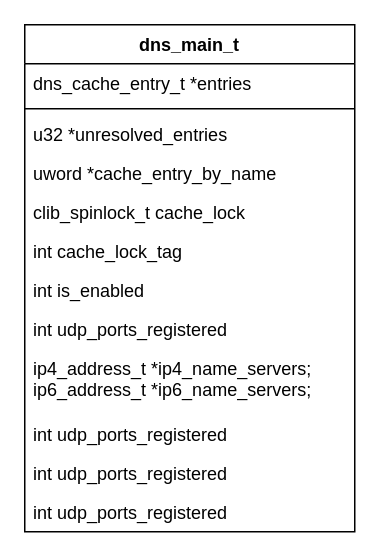
jin13417/dpdk-vpp-learning keeps this draw.io diagram as new_map/Untitled Diagram.drawio. Above is the earlier version. Source tidied: cells renumbered, new cells numbered last; positions are measured from the earlier drawing's top-left corner, leaving out a move shared by most shapes. Both pictures are drawn from the tidied source at 150%, with x=0, y=0 at pixel (24, 24).
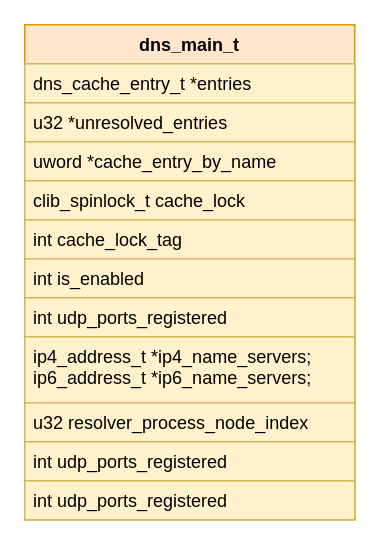
Above is the later version.

What changed in the source:
```diff
@@
 <mxGraphModel>
   <root>
     <mxCell id="0" />
     <mxCell id="1" parent="0" />
-    <mxCell id="2" value="dns_main_t" style="swimlane;fontStyle=1;align=center;verticalAlign=top;horizontal=1;startSize=26;" parent="1" vertex="1">
-      <mxGeometry width="220" height="338" as="geometry" />
+    <mxCell id="2" value="dns_main_t" style="swimlane;fontStyle=1;align=center;verticalAlign=top;horizontal=1;startSize=26;fillColor=#ffe6cc;strokeColor=#d79b00;" parent="1" vertex="1">
+      <mxGeometry width="220" height="330" as="geometry" />
     </mxCell>
-    <mxCell id="3" value="dns_cache_entry_t *entries" style="text;strokeColor=none;fillColor=none;align=left;verticalAlign=top;spacingLeft=4;spacingRight=4;overflow=hidden;" parent="2" vertex="1">
+    <mxCell id="3" value="dns_cache_entry_t *entries" style="text;fillColor=#fff2cc;align=left;verticalAlign=top;spacingLeft=4;spacingRight=4;overflow=hidden;strokeColor=#d6b656;" parent="2" vertex="1">
       <mxGeometry y="26" width="220" height="26" as="geometry" />
     </mxCell>
-    <mxCell id="4" style="line;strokeWidth=1;fillColor=none;align=left;verticalAlign=middle;spacingTop=-1;spacingLeft=3;spacingRight=3;labelPosition=right;" parent="2" vertex="1">
-      <mxGeometry y="52" width="220" height="8" as="geometry" />
-    </mxCell>
-    <mxCell id="5" value="u32 *unresolved_entries" style="text;strokeColor=none;fillColor=none;align=left;verticalAlign=top;spacingLeft=4;spacingRight=4;overflow=hidden;" parent="2" vertex="1">
-      <mxGeometry y="60" width="220" height="26" as="geometry" />
+    <mxCell id="5" value="u32 *unresolved_entries" style="text;fillColor=#fff2cc;align=left;verticalAlign=top;spacingLeft=4;spacingRight=4;overflow=hidden;strokeColor=#d6b656;" parent="2" vertex="1">
+      <mxGeometry y="52" width="220" height="26" as="geometry" />
     </mxCell>
-    <mxCell id="6" value="uword *cache_entry_by_name" style="text;strokeColor=none;fillColor=none;align=left;verticalAlign=top;spacingLeft=4;spacingRight=4;overflow=hidden;" parent="2" vertex="1">
-      <mxGeometry y="86" width="220" height="26" as="geometry" />
+    <mxCell id="6" value="uword *cache_entry_by_name" style="text;fillColor=#fff2cc;align=left;verticalAlign=top;spacingLeft=4;spacingRight=4;overflow=hidden;strokeColor=#d6b656;" parent="2" vertex="1">
+      <mxGeometry y="78" width="220" height="26" as="geometry" />
     </mxCell>
-    <mxCell id="7" value="clib_spinlock_t cache_lock" style="text;strokeColor=none;fillColor=none;align=left;verticalAlign=top;spacingLeft=4;spacingRight=4;overflow=hidden;" parent="2" vertex="1">
-      <mxGeometry y="112" width="220" height="26" as="geometry" />
+    <mxCell id="7" value="clib_spinlock_t cache_lock" style="text;fillColor=#fff2cc;align=left;verticalAlign=top;spacingLeft=4;spacingRight=4;overflow=hidden;strokeColor=#d6b656;" parent="2" vertex="1">
+      <mxGeometry y="104" width="220" height="26" as="geometry" />
     </mxCell>
-    <mxCell id="8" value="int cache_lock_tag" style="text;strokeColor=none;fillColor=none;align=left;verticalAlign=top;spacingLeft=4;spacingRight=4;overflow=hidden;" parent="2" vertex="1">
-      <mxGeometry y="138" width="220" height="26" as="geometry" />
+    <mxCell id="8" value="int cache_lock_tag" style="text;fillColor=#fff2cc;align=left;verticalAlign=top;spacingLeft=4;spacingRight=4;overflow=hidden;strokeColor=#d6b656;" parent="2" vertex="1">
+      <mxGeometry y="130" width="220" height="26" as="geometry" />
     </mxCell>
-    <mxCell id="9" value="int is_enabled" style="text;strokeColor=none;fillColor=none;align=left;verticalAlign=top;spacingLeft=4;spacingRight=4;overflow=hidden;" parent="2" vertex="1">
-      <mxGeometry y="164" width="220" height="26" as="geometry" />
+    <mxCell id="9" value="int is_enabled" style="text;fillColor=#fff2cc;align=left;verticalAlign=top;spacingLeft=4;spacingRight=4;overflow=hidden;strokeColor=#d6b656;" parent="2" vertex="1">
+      <mxGeometry y="156" width="220" height="26" as="geometry" />
     </mxCell>
-    <mxCell id="10" value="int udp_ports_registered" style="text;strokeColor=none;fillColor=none;align=left;verticalAlign=top;spacingLeft=4;spacingRight=4;overflow=hidden;" parent="2" vertex="1">
-      <mxGeometry y="190" width="220" height="26" as="geometry" />
+    <mxCell id="10" value="int udp_ports_registered" style="text;fillColor=#fff2cc;align=left;verticalAlign=top;spacingLeft=4;spacingRight=4;overflow=hidden;strokeColor=#d6b656;" parent="2" vertex="1">
+      <mxGeometry y="182" width="220" height="26" as="geometry" />
     </mxCell>
-    <mxCell id="11" value="ip4_address_t *ip4_name_servers;&#10;ip6_address_t *ip6_name_servers;" style="text;strokeColor=none;fillColor=none;align=left;verticalAlign=top;spacingLeft=4;spacingRight=4;overflow=hidden;" parent="2" vertex="1">
-      <mxGeometry y="216" width="220" height="44" as="geometry" />
+    <mxCell id="11" value="ip4_address_t *ip4_name_servers;&#10;ip6_address_t *ip6_name_servers;" style="text;fillColor=#fff2cc;align=left;verticalAlign=top;spacingLeft=4;spacingRight=4;overflow=hidden;strokeColor=#d6b656;" parent="2" vertex="1">
+      <mxGeometry y="208" width="220" height="44" as="geometry" />
     </mxCell>
-    <mxCell id="12" value="int udp_ports_registered" style="text;strokeColor=none;fillColor=none;align=left;verticalAlign=top;spacingLeft=4;spacingRight=4;overflow=hidden;" parent="2" vertex="1">
-      <mxGeometry y="260" width="220" height="26" as="geometry" />
+    <mxCell id="12" value="u32 resolver_process_node_index" style="text;fillColor=#fff2cc;align=left;verticalAlign=top;spacingLeft=4;spacingRight=4;overflow=hidden;strokeColor=#d6b656;" parent="2" vertex="1">
+      <mxGeometry y="252" width="220" height="26" as="geometry" />
     </mxCell>
-    <mxCell id="13" value="int udp_ports_registered" style="text;strokeColor=none;fillColor=none;align=left;verticalAlign=top;spacingLeft=4;spacingRight=4;overflow=hidden;" parent="2" vertex="1">
-      <mxGeometry y="286" width="220" height="26" as="geometry" />
+    <mxCell id="13" value="int udp_ports_registered" style="text;fillColor=#fff2cc;align=left;verticalAlign=top;spacingLeft=4;spacingRight=4;overflow=hidden;strokeColor=#d6b656;" parent="2" vertex="1">
+      <mxGeometry y="278" width="220" height="26" as="geometry" />
     </mxCell>
-    <mxCell id="14" value="int udp_ports_registered" style="text;strokeColor=none;fillColor=none;align=left;verticalAlign=top;spacingLeft=4;spacingRight=4;overflow=hidden;" parent="2" vertex="1">
-      <mxGeometry y="312" width="220" height="26" as="geometry" />
+    <mxCell id="14" value="int udp_ports_registered" style="text;strokeColor=#d6b656;fillColor=#fff2cc;align=left;verticalAlign=top;spacingLeft=4;spacingRight=4;overflow=hidden;" parent="2" vertex="1">
+      <mxGeometry y="304" width="220" height="26" as="geometry" />
     </mxCell>
   </root>
 </mxGraphModel>
```
